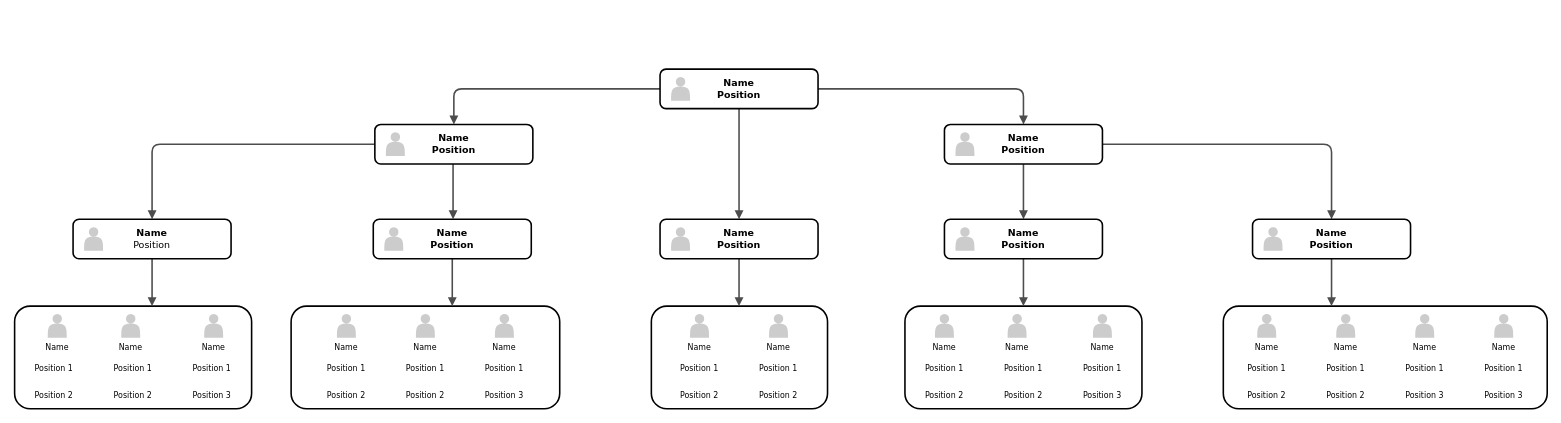
Above: Untitled Diagram.drawio in necroboi/RISK-AND-DECISION-HDB (draw.io), before the change. Source tidied: cells renumbered, new cells numbered last; positions are measured from the earlier drawing's top-left corner, leaving out a move shared by most shapes. Both pictures are drawn from the tidied source at 79%, with x=0, y=0 at pixel (14, 69).
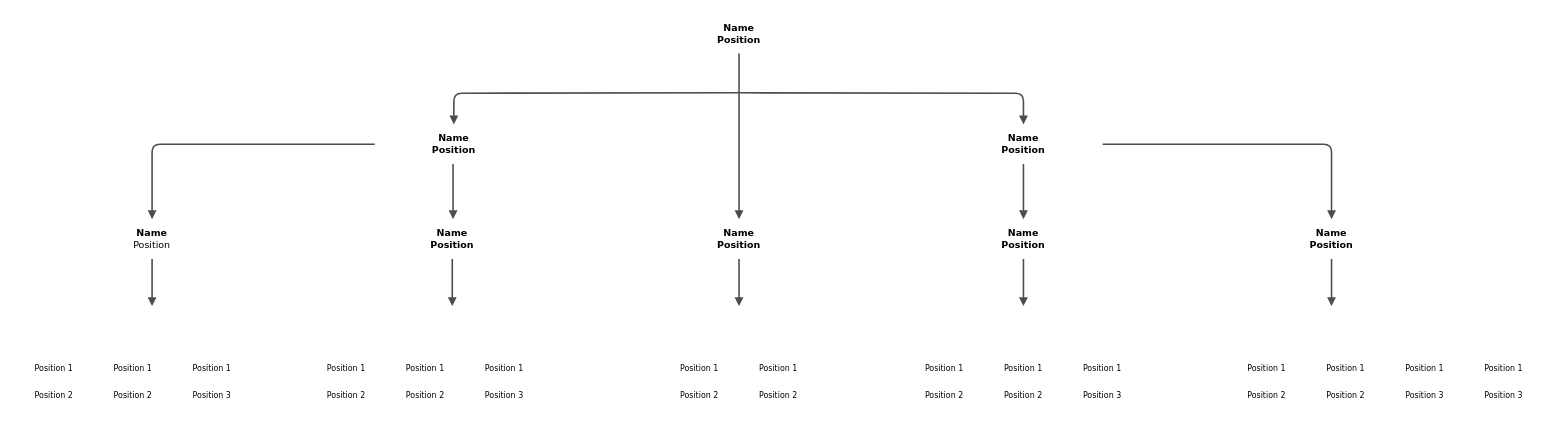
After the change.

Diff of the diagram source:
```diff
@@
-    <mxCell id="2" style="whiteSpace=wrap;html=1;rounded=1;shadow=0;comic=0;strokeWidth=2;fontFamily=Verdana;align=center;fontSize=10;" parent="1" vertex="1">
+    <mxCell id="2" style="whiteSpace=wrap;html=1;rounded=0;shadow=0;comic=0;strokeWidth=2;fontFamily=Verdana;align=center;fontSize=10;strokeColor=none;" parent="1" vertex="1">
       <mxGeometry y="300" width="300" height="130" as="geometry" />
     </mxCell>
-    <mxCell id="3" value="Name" style="shape=actor;whiteSpace=wrap;html=1;rounded=0;shadow=0;comic=0;strokeWidth=1;fillColor=#CCCCCC;fontFamily=Verdana;align=center;strokeColor=none;labelPosition=center;verticalLabelPosition=bottom;verticalAlign=top;fontSize=10;" parent="1" vertex="1">
-      <mxGeometry x="42" y="310" width="24" height="30" as="geometry" />
-    </mxCell>
-    <mxCell id="4" value="Name" style="shape=actor;whiteSpace=wrap;html=1;rounded=0;shadow=0;comic=0;strokeWidth=1;fillColor=#CCCCCC;fontFamily=Verdana;align=center;strokeColor=none;labelPosition=center;verticalLabelPosition=bottom;verticalAlign=top;fontSize=10;" parent="1" vertex="1">
-      <mxGeometry x="135" y="310" width="24" height="30" as="geometry" />
-    </mxCell>
-    <mxCell id="5" value="Name" style="shape=actor;whiteSpace=wrap;html=1;rounded=0;shadow=0;comic=0;strokeWidth=1;fillColor=#CCCCCC;fontFamily=Verdana;align=center;strokeColor=none;labelPosition=center;verticalLabelPosition=bottom;verticalAlign=top;fontSize=10;" parent="1" vertex="1">
-      <mxGeometry x="240" y="310" width="24" height="30" as="geometry" />
-    </mxCell>
-    <mxCell id="6" style="whiteSpace=wrap;html=1;rounded=1;shadow=0;comic=0;strokeWidth=2;fontFamily=Verdana;align=center;fontSize=10;" parent="1" vertex="1">
+    <mxCell id="6" style="whiteSpace=wrap;html=1;rounded=0;shadow=0;comic=0;strokeWidth=2;fontFamily=Verdana;align=center;fontSize=10;strokeColor=none;" parent="1" vertex="1">
       <mxGeometry x="350" y="300" width="340" height="130" as="geometry" />
     </mxCell>
-    <mxCell id="7" value="Name" style="shape=actor;whiteSpace=wrap;html=1;rounded=0;shadow=0;comic=0;strokeWidth=1;fillColor=#CCCCCC;fontFamily=Verdana;align=center;strokeColor=none;labelPosition=center;verticalLabelPosition=bottom;verticalAlign=top;fontSize=10;" parent="1" vertex="1">
-      <mxGeometry x="508" y="310" width="24" height="30" as="geometry" />
-    </mxCell>
-    <mxCell id="8" value="Name" style="shape=actor;whiteSpace=wrap;html=1;rounded=0;shadow=0;comic=0;strokeWidth=1;fillColor=#CCCCCC;fontFamily=Verdana;align=center;strokeColor=none;labelPosition=center;verticalLabelPosition=bottom;verticalAlign=top;fontSize=10;" parent="1" vertex="1">
-      <mxGeometry x="608" y="310" width="24" height="30" as="geometry" />
-    </mxCell>
-    <mxCell id="9" style="whiteSpace=wrap;html=1;rounded=1;shadow=0;comic=0;strokeWidth=2;fontFamily=Verdana;align=center;fontSize=10;" parent="1" vertex="1">
+    <mxCell id="9" style="whiteSpace=wrap;html=1;rounded=0;shadow=0;comic=0;strokeWidth=2;fontFamily=Verdana;align=center;fontSize=10;strokeColor=none;" parent="1" vertex="1">
       <mxGeometry x="806" y="300" width="223" height="130" as="geometry" />
     </mxCell>
-    <mxCell id="10" value="Name" style="shape=actor;whiteSpace=wrap;html=1;rounded=0;shadow=0;comic=0;strokeWidth=1;fillColor=#CCCCCC;fontFamily=Verdana;align=center;strokeColor=none;labelPosition=center;verticalLabelPosition=bottom;verticalAlign=top;fontSize=10;" parent="1" vertex="1">
-      <mxGeometry x="855" y="310" width="24" height="30" as="geometry" />
-    </mxCell>
-    <mxCell id="11" value="Name" style="shape=actor;whiteSpace=wrap;html=1;rounded=0;shadow=0;comic=0;strokeWidth=1;fillColor=#CCCCCC;fontFamily=Verdana;align=center;strokeColor=none;labelPosition=center;verticalLabelPosition=bottom;verticalAlign=top;fontSize=10;" parent="1" vertex="1">
-      <mxGeometry x="955" y="310" width="24" height="30" as="geometry" />
-    </mxCell>
-    <mxCell id="12" style="whiteSpace=wrap;html=1;rounded=1;shadow=0;comic=0;strokeWidth=2;fontFamily=Verdana;align=center;fontSize=10;" parent="1" vertex="1">
+    <mxCell id="12" style="whiteSpace=wrap;html=1;rounded=0;shadow=0;comic=0;strokeWidth=2;fontFamily=Verdana;align=center;fontSize=10;strokeColor=none;" parent="1" vertex="1">
       <mxGeometry x="1127" y="300" width="300" height="130" as="geometry" />
     </mxCell>
-    <mxCell id="13" style="whiteSpace=wrap;html=1;rounded=1;shadow=0;comic=0;strokeWidth=2;fontFamily=Verdana;align=center;fontSize=10;" parent="1" vertex="1">
+    <mxCell id="13" style="whiteSpace=wrap;html=1;rounded=0;shadow=0;comic=0;strokeWidth=2;fontFamily=Verdana;align=center;fontSize=10;strokeColor=none;" parent="1" vertex="1">
       <mxGeometry x="1530" y="300" width="410" height="130" as="geometry" />
     </mxCell>
-    <mxCell id="14" value="Name" style="shape=actor;whiteSpace=wrap;html=1;rounded=0;shadow=0;comic=0;strokeWidth=1;fillColor=#CCCCCC;fontFamily=Verdana;align=center;strokeColor=none;labelPosition=center;verticalLabelPosition=bottom;verticalAlign=top;fontSize=10;" parent="1" vertex="1">
-      <mxGeometry x="1573" y="310" width="24" height="30" as="geometry" />
-    </mxCell>
-    <mxCell id="15" value="Name" style="shape=actor;whiteSpace=wrap;html=1;rounded=0;shadow=0;comic=0;strokeWidth=1;fillColor=#CCCCCC;fontFamily=Verdana;align=center;strokeColor=none;labelPosition=center;verticalLabelPosition=bottom;verticalAlign=top;fontSize=10;" parent="1" vertex="1">
-      <mxGeometry x="1673" y="310" width="24" height="30" as="geometry" />
-    </mxCell>
-    <mxCell id="16" value="Name" style="shape=actor;whiteSpace=wrap;html=1;rounded=0;shadow=0;comic=0;strokeWidth=1;fillColor=#CCCCCC;fontFamily=Verdana;align=center;strokeColor=none;labelPosition=center;verticalLabelPosition=bottom;verticalAlign=top;fontSize=10;" parent="1" vertex="1">
-      <mxGeometry x="1773" y="310" width="24" height="30" as="geometry" />
-    </mxCell>
-    <mxCell id="17" value="Name" style="shape=actor;whiteSpace=wrap;html=1;rounded=0;shadow=0;comic=0;strokeWidth=1;fillColor=#CCCCCC;fontFamily=Verdana;align=center;strokeColor=none;labelPosition=center;verticalLabelPosition=bottom;verticalAlign=top;fontSize=10;" parent="1" vertex="1">
-      <mxGeometry x="408" y="310" width="24" height="30" as="geometry" />
-    </mxCell>
-    <mxCell id="18" value="Name" style="shape=actor;whiteSpace=wrap;html=1;rounded=0;shadow=0;comic=0;strokeWidth=1;fillColor=#CCCCCC;fontFamily=Verdana;align=center;strokeColor=none;labelPosition=center;verticalLabelPosition=bottom;verticalAlign=top;fontSize=10;" parent="1" vertex="1">
-      <mxGeometry x="1873" y="310" width="24" height="30" as="geometry" />
-    </mxCell>
@@
-    <mxCell id="20" style="edgeStyle=orthogonalEdgeStyle;rounded=1;html=1;labelBackgroundColor=none;endArrow=block;endFill=1;strokeColor=#4D4D4D;strokeWidth=2;fontFamily=Verdana;fontSize=12;fontStyle=1;" parent="1" edge="1" source="72" target="66">
-      <mxGeometry relative="1" as="geometry" />
+    <mxCell id="20" style="edgeStyle=orthogonalEdgeStyle;rounded=1;html=1;labelBackgroundColor=none;endArrow=block;endFill=1;strokeColor=#4D4D4D;strokeWidth=2;fontFamily=Verdana;fontSize=12;fontStyle=1;" parent="1" edge="1" target="66">
+      <mxGeometry relative="1" as="geometry">
+        <mxPoint x="917" y="30" as="sourcePoint" />
+      </mxGeometry>
     </mxCell>
-    <mxCell id="21" style="edgeStyle=orthogonalEdgeStyle;rounded=1;html=1;labelBackgroundColor=none;endArrow=block;endFill=1;strokeColor=#4D4D4D;strokeWidth=2;fontFamily=Verdana;fontSize=12;fontStyle=1;" parent="1" edge="1" source="72" target="74">
-      <mxGeometry relative="1" as="geometry" />
+    <mxCell id="21" style="edgeStyle=orthogonalEdgeStyle;rounded=1;html=1;labelBackgroundColor=none;endArrow=block;endFill=1;strokeColor=#4D4D4D;strokeWidth=2;fontFamily=Verdana;fontSize=12;fontStyle=1;" parent="1" edge="1" target="74">
+      <mxGeometry relative="1" as="geometry">
+        <mxPoint x="917" y="30" as="sourcePoint" />
+      </mxGeometry>
     </mxCell>
@@
-    <mxCell id="47" value="Name" style="shape=actor;whiteSpace=wrap;html=1;rounded=0;shadow=0;comic=0;strokeWidth=1;fillColor=#CCCCCC;fontFamily=Verdana;align=center;strokeColor=none;labelPosition=center;verticalLabelPosition=bottom;verticalAlign=top;fontSize=10;" parent="1" vertex="1">
-      <mxGeometry x="1257" y="310" width="24" height="30" as="geometry" />
-    </mxCell>
-    <mxCell id="48" value="Name" style="shape=actor;whiteSpace=wrap;html=1;rounded=0;shadow=0;comic=0;strokeWidth=1;fillColor=#CCCCCC;fontFamily=Verdana;align=center;strokeColor=none;labelPosition=center;verticalLabelPosition=bottom;verticalAlign=top;fontSize=10;" parent="1" vertex="1">
-      <mxGeometry x="1365" y="310" width="24" height="30" as="geometry" />
-    </mxCell>
-    <mxCell id="49" value="Name" style="shape=actor;whiteSpace=wrap;html=1;rounded=0;shadow=0;comic=0;strokeWidth=1;fillColor=#CCCCCC;fontFamily=Verdana;align=center;strokeColor=none;labelPosition=center;verticalLabelPosition=bottom;verticalAlign=top;fontSize=10;" parent="1" vertex="1">
-      <mxGeometry x="1165" y="310" width="24" height="30" as="geometry" />
-    </mxCell>
@@
-    <mxCell id="64" value="&lt;span&gt;Name&lt;/span&gt;&lt;div&gt;&lt;span style=&quot;font-weight: normal&quot;&gt;Position&lt;/span&gt;&lt;/div&gt;" style="whiteSpace=wrap;html=1;rounded=1;shadow=0;comic=0;strokeWidth=2;fontFamily=Verdana;align=center;fontSize=12;fontStyle=1;" parent="1" vertex="1">
+    <mxCell id="64" value="&lt;span&gt;Name&lt;/span&gt;&lt;div&gt;&lt;span style=&quot;font-weight: normal&quot;&gt;Position&lt;/span&gt;&lt;/div&gt;" style="whiteSpace=wrap;html=1;rounded=0;shadow=0;comic=0;strokeWidth=2;fontFamily=Verdana;align=center;fontSize=12;fontStyle=1;strokeColor=none;" parent="1" vertex="1">
       <mxGeometry x="74" y="190" width="200" height="50" as="geometry" />
     </mxCell>
-    <mxCell id="65" style="shape=actor;whiteSpace=wrap;html=1;rounded=0;shadow=0;comic=0;strokeWidth=1;fillColor=#CCCCCC;fontFamily=Verdana;align=center;strokeColor=none;fontSize=12;fontStyle=1;" parent="1" vertex="1">
-      <mxGeometry x="88" y="200" width="24" height="30" as="geometry" />
-    </mxCell>
-    <mxCell id="66" value="Name&lt;div&gt;&lt;span&gt;Position&lt;/span&gt;&lt;/div&gt;" style="whiteSpace=wrap;html=1;rounded=1;shadow=0;comic=0;strokeWidth=2;fontFamily=Verdana;align=center;fontSize=12;fontStyle=1;" parent="1" vertex="1">
+    <mxCell id="66" value="Name&lt;div&gt;&lt;span&gt;Position&lt;/span&gt;&lt;/div&gt;" style="whiteSpace=wrap;html=1;rounded=0;shadow=0;comic=0;strokeWidth=2;fontFamily=Verdana;align=center;fontSize=12;fontStyle=1;strokeColor=none;" parent="1" vertex="1">
       <mxGeometry x="456" y="70" width="200" height="50" as="geometry" />
     </mxCell>
-    <mxCell id="67" style="shape=actor;whiteSpace=wrap;html=1;rounded=0;shadow=0;comic=0;strokeWidth=1;fillColor=#CCCCCC;fontFamily=Verdana;align=center;strokeColor=none;fontSize=12;fontStyle=1;" parent="1" vertex="1">
-      <mxGeometry x="470" y="80" width="24" height="30" as="geometry" />
-    </mxCell>
-    <mxCell id="68" value="Name&lt;div&gt;&lt;span&gt;Position&lt;/span&gt;&lt;/div&gt;" style="whiteSpace=wrap;html=1;rounded=1;shadow=0;comic=0;strokeWidth=2;fontFamily=Verdana;align=center;fontSize=12;fontStyle=1;" parent="1" vertex="1">
+    <mxCell id="68" value="Name&lt;div&gt;&lt;span&gt;Position&lt;/span&gt;&lt;/div&gt;" style="whiteSpace=wrap;html=1;rounded=0;shadow=0;comic=0;strokeWidth=2;fontFamily=Verdana;align=center;fontSize=12;fontStyle=1;strokeColor=none;" parent="1" vertex="1">
       <mxGeometry x="454" y="190" width="200" height="50" as="geometry" />
     </mxCell>
-    <mxCell id="69" style="shape=actor;whiteSpace=wrap;html=1;rounded=0;shadow=0;comic=0;strokeWidth=1;fillColor=#CCCCCC;fontFamily=Verdana;align=center;strokeColor=none;fontSize=12;fontStyle=1;" parent="1" vertex="1">
-      <mxGeometry x="468" y="200" width="24" height="30" as="geometry" />
-    </mxCell>
-    <mxCell id="70" value="Name&lt;div&gt;&lt;span&gt;Position&lt;/span&gt;&lt;/div&gt;" style="whiteSpace=wrap;html=1;rounded=1;shadow=0;comic=0;strokeWidth=2;fontFamily=Verdana;align=center;fontSize=12;fontStyle=1;" parent="1" vertex="1">
+    <mxCell id="70" value="Name&lt;div&gt;&lt;span&gt;Position&lt;/span&gt;&lt;/div&gt;" style="whiteSpace=wrap;html=1;rounded=0;shadow=0;comic=0;strokeWidth=2;fontFamily=Verdana;align=center;fontSize=12;fontStyle=1;strokeColor=none;" parent="1" vertex="1">
       <mxGeometry x="817" y="190" width="200" height="50" as="geometry" />
     </mxCell>
-    <mxCell id="71" style="shape=actor;whiteSpace=wrap;html=1;rounded=0;shadow=0;comic=0;strokeWidth=1;fillColor=#CCCCCC;fontFamily=Verdana;align=center;strokeColor=none;fontSize=12;fontStyle=1;" parent="1" vertex="1">
-      <mxGeometry x="831" y="200" width="24" height="30" as="geometry" />
-    </mxCell>
-    <mxCell id="72" value="Name&lt;div&gt;&lt;span&gt;Position&lt;/span&gt;&lt;/div&gt;" style="whiteSpace=wrap;html=1;rounded=1;shadow=0;comic=0;strokeWidth=2;fontFamily=Verdana;align=center;fontSize=12;fontStyle=1;" parent="1" vertex="1">
-      <mxGeometry x="817" width="200" height="50" as="geometry" />
+    <mxCell id="72" value="Name&lt;div&gt;&lt;span&gt;Position&lt;/span&gt;&lt;/div&gt;" style="whiteSpace=wrap;html=1;rounded=0;shadow=0;comic=0;strokeWidth=2;fontFamily=Verdana;align=center;fontSize=12;fontStyle=1;strokeColor=none;" parent="1" vertex="1">
+      <mxGeometry x="817" y="-70" width="200" height="50" as="geometry" />
     </mxCell>
-    <mxCell id="73" style="shape=actor;whiteSpace=wrap;html=1;rounded=0;shadow=0;comic=0;strokeWidth=1;fillColor=#CCCCCC;fontFamily=Verdana;align=center;strokeColor=none;fontSize=12;fontStyle=1;" parent="1" vertex="1">
-      <mxGeometry x="831" y="10" width="24" height="30" as="geometry" />
-    </mxCell>
-    <mxCell id="74" value="Name&lt;div&gt;&lt;span&gt;Position&lt;/span&gt;&lt;/div&gt;" style="whiteSpace=wrap;html=1;rounded=1;shadow=0;comic=0;strokeWidth=2;fontFamily=Verdana;align=center;fontSize=12;fontStyle=1;" parent="1" vertex="1">
+    <mxCell id="74" value="Name&lt;div&gt;&lt;span&gt;Position&lt;/span&gt;&lt;/div&gt;" style="whiteSpace=wrap;html=1;rounded=0;shadow=0;comic=0;strokeWidth=2;fontFamily=Verdana;align=center;fontSize=12;fontStyle=1;strokeColor=none;" parent="1" vertex="1">
       <mxGeometry x="1177" y="70" width="200" height="50" as="geometry" />
     </mxCell>
-    <mxCell id="75" style="shape=actor;whiteSpace=wrap;html=1;rounded=0;shadow=0;comic=0;strokeWidth=1;fillColor=#CCCCCC;fontFamily=Verdana;align=center;strokeColor=none;fontSize=12;fontStyle=1;" parent="1" vertex="1">
-      <mxGeometry x="1191" y="80" width="24" height="30" as="geometry" />
-    </mxCell>
-    <mxCell id="76" value="Name&lt;div&gt;&lt;span&gt;Position&lt;/span&gt;&lt;/div&gt;" style="whiteSpace=wrap;html=1;rounded=1;shadow=0;comic=0;strokeWidth=2;fontFamily=Verdana;align=center;fontSize=12;fontStyle=1;" parent="1" vertex="1">
+    <mxCell id="76" value="Name&lt;div&gt;&lt;span&gt;Position&lt;/span&gt;&lt;/div&gt;" style="whiteSpace=wrap;html=1;rounded=0;shadow=0;comic=0;strokeWidth=2;fontFamily=Verdana;align=center;fontSize=12;fontStyle=1;strokeColor=none;" parent="1" vertex="1">
       <mxGeometry x="1177" y="190" width="200" height="50" as="geometry" />
     </mxCell>
-    <mxCell id="77" style="shape=actor;whiteSpace=wrap;html=1;rounded=0;shadow=0;comic=0;strokeWidth=1;fillColor=#CCCCCC;fontFamily=Verdana;align=center;strokeColor=none;fontSize=12;fontStyle=1;" parent="1" vertex="1">
-      <mxGeometry x="1191" y="200" width="24" height="30" as="geometry" />
-    </mxCell>
-    <mxCell id="78" value="Name&lt;div&gt;&lt;span&gt;Position&lt;/span&gt;&lt;/div&gt;" style="whiteSpace=wrap;html=1;rounded=1;shadow=0;comic=0;strokeWidth=2;fontFamily=Verdana;align=center;fontSize=12;fontStyle=1;" parent="1" vertex="1">
+    <mxCell id="78" value="Name&lt;div&gt;&lt;span&gt;Position&lt;/span&gt;&lt;/div&gt;" style="whiteSpace=wrap;html=1;rounded=0;shadow=0;comic=0;strokeWidth=2;fontFamily=Verdana;align=center;fontSize=12;fontStyle=1;strokeColor=none;" parent="1" vertex="1">
       <mxGeometry x="1567" y="190" width="200" height="50" as="geometry" />
     </mxCell>
-    <mxCell id="79" style="shape=actor;whiteSpace=wrap;html=1;rounded=0;shadow=0;comic=0;strokeWidth=1;fillColor=#CCCCCC;fontFamily=Verdana;align=center;strokeColor=none;fontSize=12;fontStyle=1;" parent="1" vertex="1">
-      <mxGeometry x="1581" y="200" width="24" height="30" as="geometry" />
-    </mxCell>
```
